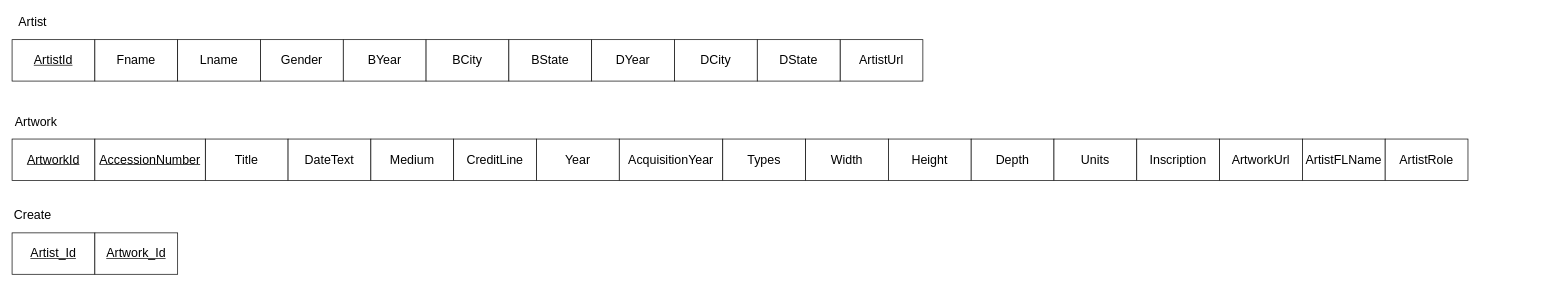
This is docs/diagrams/relational_model.drawio from Databases-Course-Project/Databases-Course-Project, a draw.io file, before an edit. Source tidied: cells renumbered, new cells numbered last; positions are measured from the earlier drawing's top-left corner, leaving out a move shared by most shapes. Both pictures are drawn from the tidied source at 69%, with x=0, y=0 at pixel (12, 12).
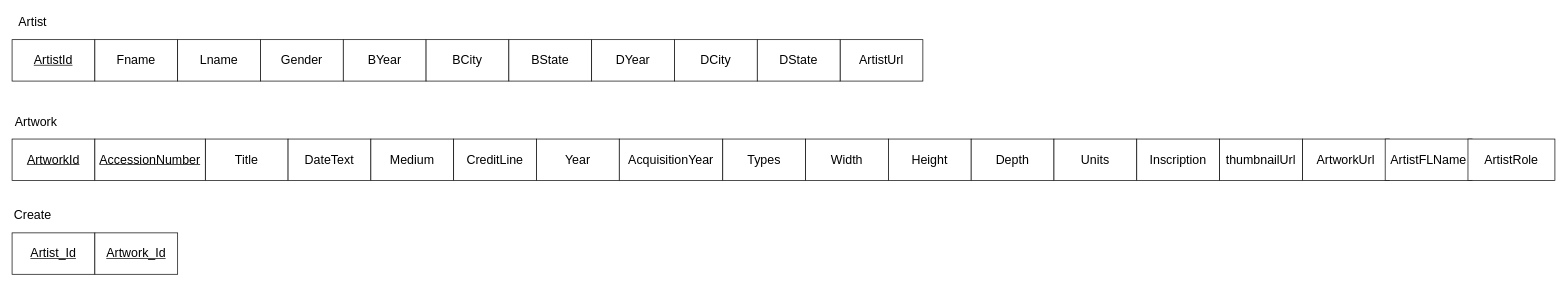
After the change.

Change to the diagram source:
```diff
@@
     <mxCell id="29" value="&lt;font style=&quot;font-size: 18px;&quot;&gt;ArtworkUrl&lt;/font&gt;" style="rounded=0;whiteSpace=wrap;html=1;" parent="1" vertex="1">
-      <mxGeometry x="1750" y="184" width="120" height="60" as="geometry" />
+      <mxGeometry x="1870" y="184" width="126" height="60" as="geometry" />
     </mxCell>
     <mxCell id="30" value="&lt;font style=&quot;font-size: 18px;&quot;&gt;ArtistFLName&lt;/font&gt;" style="rounded=0;whiteSpace=wrap;html=1;" parent="1" vertex="1">
-      <mxGeometry x="1870" y="184" width="120" height="60" as="geometry" />
+      <mxGeometry x="1990" y="184" width="126" height="60" as="geometry" />
     </mxCell>
     <mxCell id="31" value="&lt;font style=&quot;font-size: 18px;&quot;&gt;ArtistRole&lt;/font&gt;" style="rounded=0;whiteSpace=wrap;html=1;" parent="1" vertex="1">
-      <mxGeometry x="1990" y="184" width="120" height="60" as="geometry" />
+      <mxGeometry x="2110" y="184" width="126" height="60" as="geometry" />
     </mxCell>
@@
+    <mxCell id="35" value="&lt;font style=&quot;font-size: 18px;&quot;&gt;thumbnailUrl&lt;/font&gt;" style="rounded=0;whiteSpace=wrap;html=1;" parent="1" vertex="1">
+      <mxGeometry x="1750" y="184" width="120" height="60" as="geometry" />
+    </mxCell>
```
